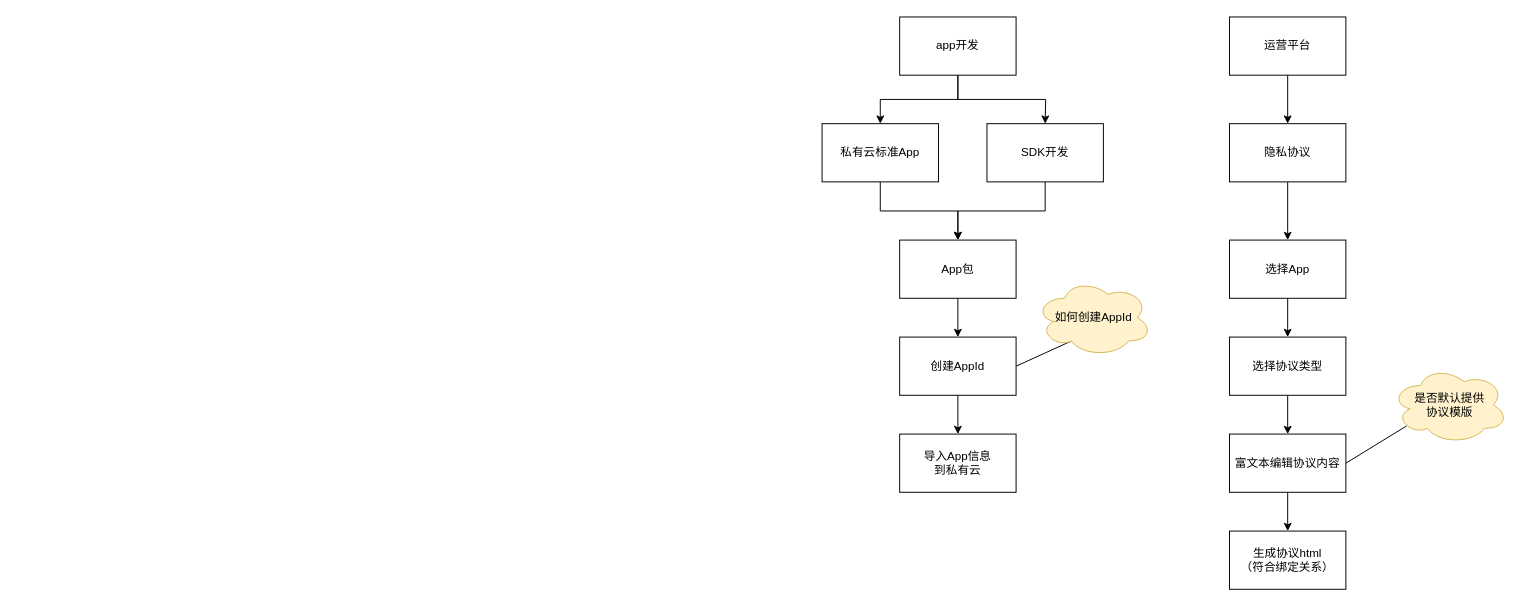
Sidamor/drawio keeps this draw.io diagram as page "app开发流程" (2 of 2) of Cube_workflow.drawio. Above is the earlier version. Source tidied: cells renumbered, new cells numbered last; positions are measured from the earlier drawing's top-left corner, leaving out a move shared by most shapes. Both pictures are drawn from the tidied source at 97%, with x=0, y=0 at pixel (822, 16).
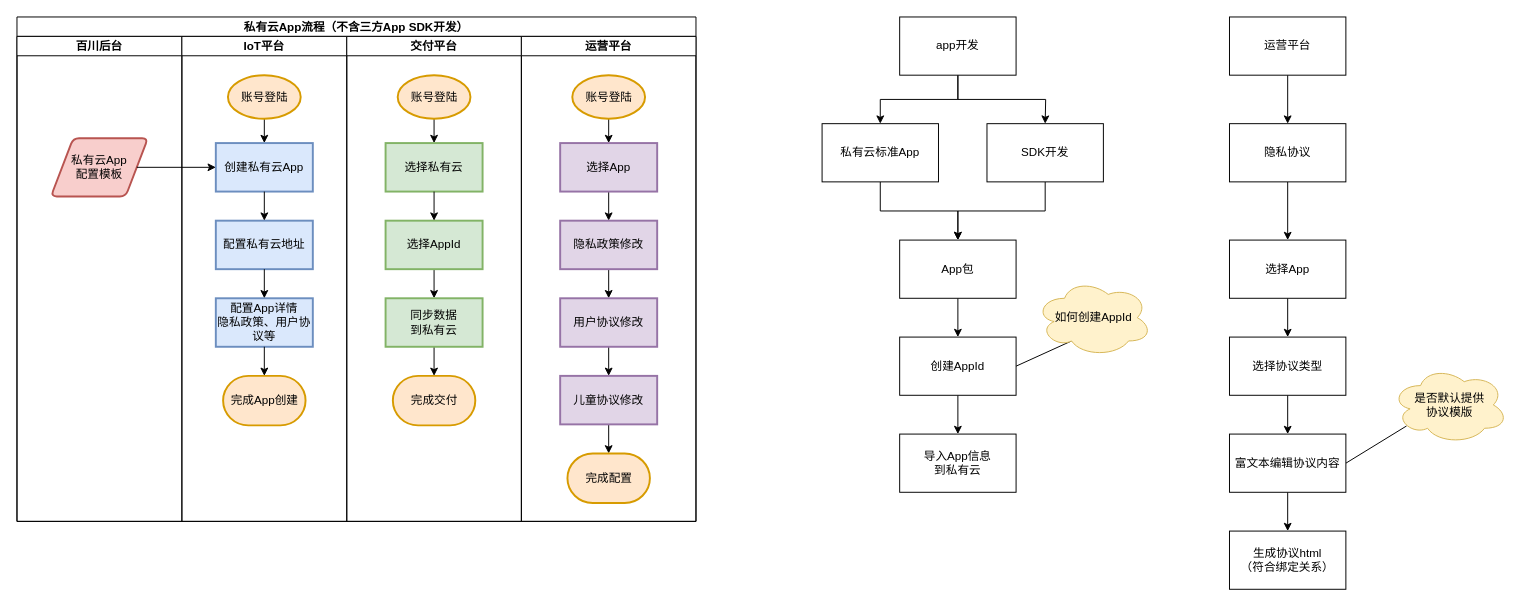
The same diagram, later.

Diff of the diagram source:
```diff
@@
+    <mxCell id="29" value="私有云App流程（不含三方App SDK开发）" style="swimlane;startSize=20;" parent="1" vertex="1">
+      <mxGeometry x="-830" width="700" height="520" as="geometry" />
+    </mxCell>
+    <mxCell id="30" value="百川后台" style="swimlane;startSize=20;" parent="29" vertex="1">
+      <mxGeometry y="20" width="170" height="500" as="geometry" />
+    </mxCell>
+    <mxCell id="31" value="私有云App&lt;br&gt;配置模板" style="shape=parallelogram;html=1;strokeWidth=2;perimeter=parallelogramPerimeter;whiteSpace=wrap;rounded=1;arcSize=12;size=0.23;fillColor=#f8cecc;strokeColor=#b85450;" parent="30" vertex="1">
+      <mxGeometry x="35" y="105" width="100" height="60" as="geometry" />
+    </mxCell>
+    <mxCell id="32" value="IoT平台" style="swimlane;startSize=20;" parent="29" vertex="1">
+      <mxGeometry x="170" y="20" width="170" height="500" as="geometry" />
+    </mxCell>
+    <mxCell id="33" style="edgeStyle=none;rounded=0;jettySize=auto;html=1;endArrow=classic;endFill=1;startArrow=none;startFill=0;" parent="32" edge="1" source="34" target="35">
+      <mxGeometry relative="1" as="geometry" />
+    </mxCell>
+    <mxCell id="34" value="账号登陆" style="strokeWidth=2;html=1;shape=mxgraph.flowchart.start_1;whiteSpace=wrap;fillColor=#ffe6cc;strokeColor=#d79b00;" parent="32" vertex="1">
+      <mxGeometry x="47.5" y="40" width="75" height="45" as="geometry" />
+    </mxCell>
+    <mxCell id="35" value="创建私有云App" style="whiteSpace=wrap;html=1;fillColor=#dae8fc;strokeColor=#6c8ebf;strokeWidth=2;" parent="32" vertex="1">
+      <mxGeometry x="35" y="110" width="100" height="50" as="geometry" />
+    </mxCell>
+    <mxCell id="36" value="配置私有云地址" style="whiteSpace=wrap;html=1;fillColor=#dae8fc;strokeColor=#6c8ebf;strokeWidth=2;" parent="32" vertex="1">
+      <mxGeometry x="35" y="190" width="100" height="50" as="geometry" />
+    </mxCell>
+    <mxCell id="37" style="edgeStyle=none;rounded=0;jettySize=auto;html=1;startArrow=none;startFill=0;endArrow=classic;endFill=1;" parent="32" edge="1" source="35" target="36">
+      <mxGeometry relative="1" as="geometry" />
+    </mxCell>
+    <mxCell id="38" value="配置App详情&lt;br&gt;隐私政策、用户协议等" style="whiteSpace=wrap;html=1;fillColor=#dae8fc;strokeColor=#6c8ebf;strokeWidth=2;" parent="32" vertex="1">
+      <mxGeometry x="35" y="270" width="100" height="50" as="geometry" />
+    </mxCell>
+    <mxCell id="39" style="edgeStyle=none;rounded=0;jettySize=auto;html=1;startArrow=none;startFill=0;endArrow=classic;endFill=1;" parent="32" edge="1" source="36" target="38">
+      <mxGeometry relative="1" as="geometry" />
+    </mxCell>
+    <mxCell id="40" style="edgeStyle=none;rounded=0;jettySize=auto;html=1;startArrow=none;startFill=0;endArrow=classic;endFill=1;" parent="32" edge="1" source="38">
+      <mxGeometry relative="1" as="geometry">
+        <mxPoint x="85" y="350" as="targetPoint" />
+      </mxGeometry>
+    </mxCell>
+    <mxCell id="41" value="完成App创建" style="strokeWidth=2;html=1;shape=mxgraph.flowchart.terminator;whiteSpace=wrap;fillColor=#ffe6cc;strokeColor=#d79b00;" parent="32" vertex="1">
+      <mxGeometry x="42.5" y="350" width="85" height="51" as="geometry" />
+    </mxCell>
+    <mxCell id="42" value="交付平台" style="swimlane;startSize=20;" parent="29" vertex="1">
+      <mxGeometry x="340" y="20" width="180" height="500" as="geometry" />
+    </mxCell>
+    <mxCell id="43" style="edgeStyle=none;rounded=0;jettySize=auto;html=1;exitX=0.5;exitY=1;exitDx=0;exitDy=0;exitPerimeter=0;startArrow=none;startFill=0;endArrow=classic;endFill=1;" parent="42" edge="1" source="44" target="45">
+      <mxGeometry relative="1" as="geometry" />
+    </mxCell>
+    <mxCell id="44" value="账号登陆" style="strokeWidth=2;html=1;shape=mxgraph.flowchart.start_1;whiteSpace=wrap;fillColor=#ffe6cc;strokeColor=#d79b00;" parent="42" vertex="1">
+      <mxGeometry x="52.5" y="40" width="75" height="45" as="geometry" />
+    </mxCell>
+    <mxCell id="45" value="选择私有云" style="whiteSpace=wrap;html=1;fillColor=#d5e8d4;strokeColor=#82b366;strokeWidth=2;" parent="42" vertex="1">
+      <mxGeometry x="40" y="110" width="100" height="50" as="geometry" />
+    </mxCell>
+    <mxCell id="46" style="edgeStyle=none;rounded=0;jettySize=auto;html=1;startArrow=none;startFill=0;endArrow=classic;endFill=1;" parent="42" edge="1" source="47" target="50">
+      <mxGeometry relative="1" as="geometry" />
+    </mxCell>
+    <mxCell id="47" value="选择AppId" style="whiteSpace=wrap;html=1;fillColor=#d5e8d4;strokeColor=#82b366;strokeWidth=2;" parent="42" vertex="1">
+      <mxGeometry x="40" y="190" width="100" height="50" as="geometry" />
+    </mxCell>
+    <mxCell id="48" style="edgeStyle=none;rounded=0;jettySize=auto;html=1;startArrow=none;startFill=0;endArrow=classic;endFill=1;" parent="42" edge="1" source="45" target="47">
+      <mxGeometry relative="1" as="geometry" />
+    </mxCell>
+    <mxCell id="49" style="edgeStyle=none;rounded=0;jettySize=auto;html=1;exitX=0.5;exitY=1;exitDx=0;exitDy=0;entryX=0.5;entryY=0;entryDx=0;entryDy=0;entryPerimeter=0;startArrow=none;startFill=0;endArrow=classic;endFill=1;" parent="42" edge="1" source="50" target="51">
+      <mxGeometry relative="1" as="geometry" />
+    </mxCell>
+    <mxCell id="50" value="同步数据&lt;br&gt;到私有云" style="whiteSpace=wrap;html=1;fillColor=#d5e8d4;strokeColor=#82b366;strokeWidth=2;" parent="42" vertex="1">
+      <mxGeometry x="40" y="270" width="100" height="50" as="geometry" />
+    </mxCell>
+    <mxCell id="51" value="完成交付" style="strokeWidth=2;html=1;shape=mxgraph.flowchart.terminator;whiteSpace=wrap;fillColor=#ffe6cc;strokeColor=#d79b00;" parent="42" vertex="1">
+      <mxGeometry x="47.5" y="350" width="85" height="51" as="geometry" />
+    </mxCell>
+    <mxCell id="52" value="运营平台" style="swimlane;startSize=20;" parent="29" vertex="1">
+      <mxGeometry x="520" y="20" width="180" height="500" as="geometry" />
+    </mxCell>
+    <mxCell id="53" style="edgeStyle=none;rounded=0;jettySize=auto;html=1;exitX=0.5;exitY=1;exitDx=0;exitDy=0;exitPerimeter=0;entryX=0.5;entryY=0;entryDx=0;entryDy=0;startArrow=none;startFill=0;endArrow=classic;endFill=1;" parent="52" edge="1" source="54" target="56">
+      <mxGeometry relative="1" as="geometry" />
+    </mxCell>
+    <mxCell id="54" value="账号登陆" style="strokeWidth=2;html=1;shape=mxgraph.flowchart.start_1;whiteSpace=wrap;fillColor=#ffe6cc;strokeColor=#d79b00;" parent="52" vertex="1">
+      <mxGeometry x="52.5" y="40" width="75" height="45" as="geometry" />
+    </mxCell>
+    <mxCell id="55" style="edgeStyle=none;rounded=0;jettySize=auto;html=1;startArrow=none;startFill=0;endArrow=classic;endFill=1;" parent="52" edge="1" source="56" target="58">
+      <mxGeometry relative="1" as="geometry" />
+    </mxCell>
+    <mxCell id="56" value="选择App" style="whiteSpace=wrap;html=1;fillColor=#e1d5e7;strokeColor=#9673a6;strokeWidth=2;" parent="52" vertex="1">
+      <mxGeometry x="40" y="110" width="100" height="50" as="geometry" />
+    </mxCell>
+    <mxCell id="57" style="edgeStyle=none;rounded=0;jettySize=auto;html=1;startArrow=none;startFill=0;endArrow=classic;endFill=1;" parent="52" edge="1" source="58" target="60">
+      <mxGeometry relative="1" as="geometry" />
+    </mxCell>
+    <mxCell id="58" value="隐私政策修改" style="whiteSpace=wrap;html=1;fillColor=#e1d5e7;strokeColor=#9673a6;strokeWidth=2;" parent="52" vertex="1">
+      <mxGeometry x="40" y="190" width="100" height="50" as="geometry" />
+    </mxCell>
+    <mxCell id="59" style="edgeStyle=none;rounded=0;jettySize=auto;html=1;startArrow=none;startFill=0;endArrow=classic;endFill=1;" parent="52" edge="1" source="60" target="62">
+      <mxGeometry relative="1" as="geometry" />
+    </mxCell>
+    <mxCell id="60" value="用户协议修改" style="whiteSpace=wrap;html=1;fillColor=#e1d5e7;strokeColor=#9673a6;strokeWidth=2;" parent="52" vertex="1">
+      <mxGeometry x="40" y="270" width="100" height="50" as="geometry" />
+    </mxCell>
+    <mxCell id="61" style="edgeStyle=none;rounded=0;jettySize=auto;html=1;exitX=0.5;exitY=1;exitDx=0;exitDy=0;startArrow=none;startFill=0;endArrow=classic;endFill=1;" parent="52" edge="1" source="62" target="63">
+      <mxGeometry relative="1" as="geometry" />
+    </mxCell>
+    <mxCell id="62" value="儿童协议修改" style="whiteSpace=wrap;html=1;fillColor=#e1d5e7;strokeColor=#9673a6;strokeWidth=2;" parent="52" vertex="1">
+      <mxGeometry x="40" y="350" width="100" height="50" as="geometry" />
+    </mxCell>
+    <mxCell id="63" value="完成配置" style="strokeWidth=2;html=1;shape=mxgraph.flowchart.terminator;whiteSpace=wrap;fillColor=#ffe6cc;strokeColor=#d79b00;" parent="52" vertex="1">
+      <mxGeometry x="47.5" y="430" width="85" height="51" as="geometry" />
+    </mxCell>
+    <mxCell id="64" style="edgeStyle=none;rounded=0;jettySize=auto;html=1;startArrow=none;startFill=0;endArrow=classic;endFill=1;" parent="29" edge="1" source="31" target="35">
+      <mxGeometry relative="1" as="geometry" />
+    </mxCell>
```
